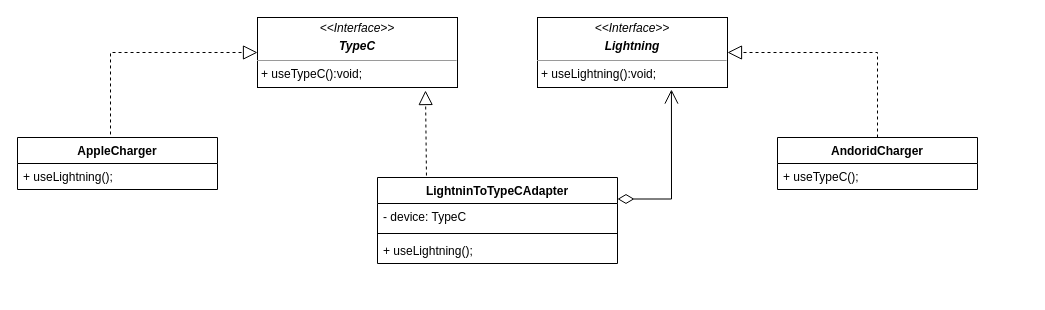
MTONSEG/ts-learn keeps this draw.io diagram as PATTERNS/Structural/Adapter/src/Adapter.drawio. Above is the earlier version. Source tidied: cells renumbered, new cells numbered last; positions are measured from the earlier drawing's top-left corner, leaving out a move shared by most shapes. Both pictures are drawn from the tidied source at 100%, with x=0, y=0 at pixel (17, 17).
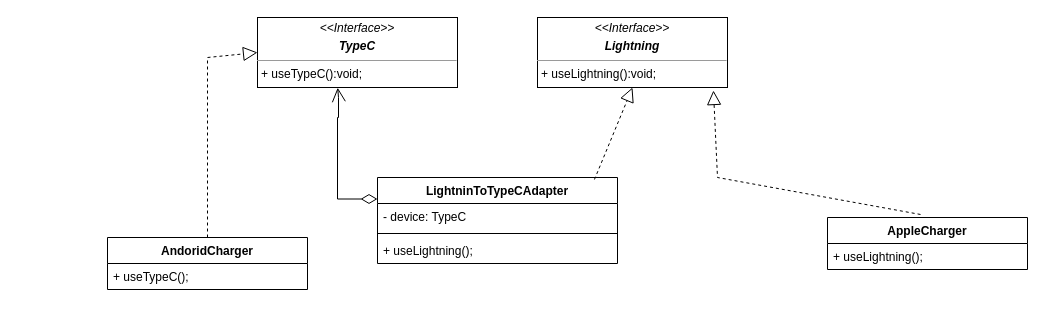
The same page after the edit.

The change refers to these unchanged cells:
```xml
<mxCell id="2" value="LightninToTypeCAdapter" style="swimlane;fontStyle=1;align=center;verticalAlign=top;horizontal=1;startSize=26;" parent="1" vertex="1">
  <mxGeometry x="360" y="160" width="240" height="86" as="geometry" />
</mxCell>
<mxCell id="10" value="&lt;p style=&quot;margin:0px;margin-top:4px;text-align:center;&quot;&gt;&lt;i&gt;&amp;lt;&amp;lt;Interface&amp;gt;&amp;gt;&lt;/i&gt;&lt;/p&gt;&lt;p style=&quot;margin:0px;margin-top:4px;text-align:center;&quot;&gt;&lt;i&gt;&lt;b&gt;TypeC&lt;/b&gt;&lt;/i&gt;&lt;/p&gt;&lt;hr size=&quot;1&quot;&gt;&lt;p style=&quot;margin:0px;margin-left:4px;&quot;&gt;+ useTypeC():void;&lt;/p&gt;" style="verticalAlign=top;align=left;overflow=fill;fontSize=12;fontFamily=Helvetica;html=1;" parent="1" vertex="1">
  <mxGeometry x="240" width="200" height="70" as="geometry" />
</mxCell>
<mxCell id="11" value="&lt;p style=&quot;margin:0px;margin-top:4px;text-align:center;&quot;&gt;&lt;i&gt;&amp;lt;&amp;lt;Interface&amp;gt;&amp;gt;&lt;/i&gt;&lt;/p&gt;&lt;p style=&quot;margin:0px;margin-top:4px;text-align:center;&quot;&gt;&lt;b&gt;&lt;i&gt;Lightning&lt;/i&gt;&lt;/b&gt;&lt;/p&gt;&lt;hr size=&quot;1&quot;&gt;&lt;p style=&quot;margin:0px;margin-left:4px;&quot;&gt;+ useLightning():void;&lt;/p&gt;" style="verticalAlign=top;align=left;overflow=fill;fontSize=12;fontFamily=Helvetica;html=1;" parent="1" vertex="1">
  <mxGeometry x="520" width="190" height="70" as="geometry" />
</mxCell>
```

What changed in the source:
```diff
@@
     <mxCell id="6" value="AppleCharger" style="swimlane;fontStyle=1;align=center;verticalAlign=top;horizontal=1;startSize=26;" parent="1" vertex="1">
-      <mxGeometry y="120" width="200" height="52" as="geometry" />
+      <mxGeometry x="810" y="200" width="200" height="52" as="geometry" />
     </mxCell>
@@
     <mxCell id="8" value="AndoridCharger" style="swimlane;fontStyle=1;align=center;verticalAlign=top;horizontal=1;startSize=26;" parent="1" vertex="1">
-      <mxGeometry x="760" y="120" width="200" height="52" as="geometry" />
+      <mxGeometry x="90" y="220" width="200" height="52" as="geometry" />
     </mxCell>
@@
-    <mxCell id="12" style="endArrow=block;dashed=1;endFill=0;endSize=12;html=1;rounded=0;entryX=0.84;entryY=1.043;entryDx=0;entryDy=0;entryPerimeter=0;exitX=0.204;exitY=-0.023;exitDx=0;exitDy=0;exitPerimeter=0;" parent="1" edge="1" source="2" target="10">
+    <mxCell id="12" style="endArrow=block;dashed=1;endFill=0;endSize=12;html=1;rounded=0;entryX=0.5;entryY=1;entryDx=0;entryDy=0;exitX=0.904;exitY=0.023;exitDx=0;exitDy=0;exitPerimeter=0;" parent="1" edge="1" source="2" target="11">
       <mxGeometry relative="1" as="geometry" />
     </mxCell>
-    <mxCell id="13" style="endArrow=open;html=1;endSize=12;startArrow=diamondThin;startSize=14;startFill=0;edgeStyle=orthogonalEdgeStyle;align=left;verticalAlign=bottom;rounded=0;entryX=0.705;entryY=1.029;entryDx=0;entryDy=0;exitX=1;exitY=0.25;exitDx=0;exitDy=0;entryPerimeter=0;" parent="1" edge="1" source="2" target="11">
-      <mxGeometry x="-0.51" y="-68" relative="1" as="geometry" />
+    <mxCell id="13" style="endArrow=open;html=1;endSize=12;startArrow=diamondThin;startSize=14;startFill=0;edgeStyle=orthogonalEdgeStyle;align=left;verticalAlign=bottom;rounded=0;exitX=0;exitY=0.25;exitDx=0;exitDy=0;entryX=0.401;entryY=1.003;entryDx=0;entryDy=0;entryPerimeter=0;" parent="1" edge="1" source="2" target="10">
+      <mxGeometry x="-0.51" y="-68" relative="1" as="geometry">
+        <Array as="points">
+          <mxPoint x="320" y="182" />
+          <mxPoint x="320" y="100" />
+          <mxPoint x="321" y="100" />
+          <mxPoint x="321" y="80" />
+          <mxPoint x="320" y="80" />
+        </Array>
+      </mxGeometry>
     </mxCell>
-    <mxCell id="14" style="endArrow=block;dashed=1;endFill=0;endSize=12;html=1;rounded=0;entryX=0;entryY=0.5;entryDx=0;entryDy=0;exitX=0.465;exitY=-0.058;exitDx=0;exitDy=0;exitPerimeter=0;" parent="1" edge="1" source="6" target="10">
+    <mxCell id="14" style="endArrow=block;dashed=1;endFill=0;endSize=12;html=1;rounded=0;exitX=0.465;exitY=-0.058;exitDx=0;exitDy=0;exitPerimeter=0;entryX=0.926;entryY=1.043;entryDx=0;entryDy=0;entryPerimeter=0;" parent="1" edge="1" source="6" target="11">
       <mxGeometry relative="1" as="geometry">
         <Array as="points">
-          <mxPoint x="93" y="35" />
+          <mxPoint x="700" y="160" />
         </Array>
       </mxGeometry>
     </mxCell>
-    <mxCell id="15" style="endArrow=block;dashed=1;endFill=0;endSize=12;html=1;rounded=0;entryX=1;entryY=0.5;entryDx=0;entryDy=0;exitX=0.5;exitY=0;exitDx=0;exitDy=0;" parent="1" edge="1" source="8" target="11">
+    <mxCell id="15" style="endArrow=block;dashed=1;endFill=0;endSize=12;html=1;rounded=0;entryX=0;entryY=0.5;entryDx=0;entryDy=0;exitX=0.5;exitY=0;exitDx=0;exitDy=0;" parent="1" edge="1" source="8" target="10">
       <mxGeometry relative="1" as="geometry">
         <Array as="points">
-          <mxPoint x="860" y="35" />
+          <mxPoint x="190" y="40" />
         </Array>
       </mxGeometry>
     </mxCell>
```
